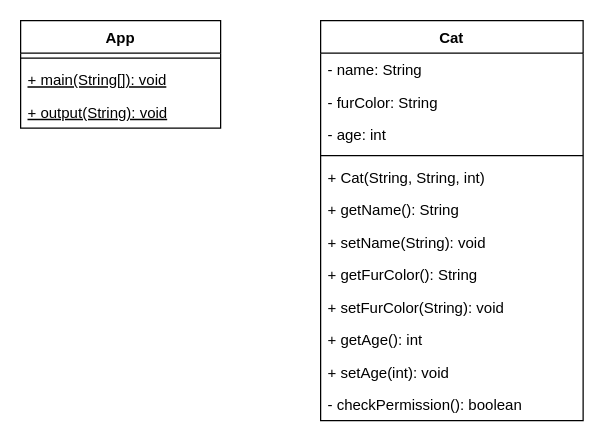
Above: page "App / Cat" (2 of 2) of com/cc/java/klassendiagramm.drawio in tkor152-OOP/02_Klassen_Objekte_1 (draw.io), before the change. Source tidied: cells renumbered, new cells numbered last; positions are measured from the earlier drawing's top-left corner, leaving out a move shared by most shapes. Both pictures are drawn from the tidied source at 125%, with x=0, y=0 at pixel (20, 20).
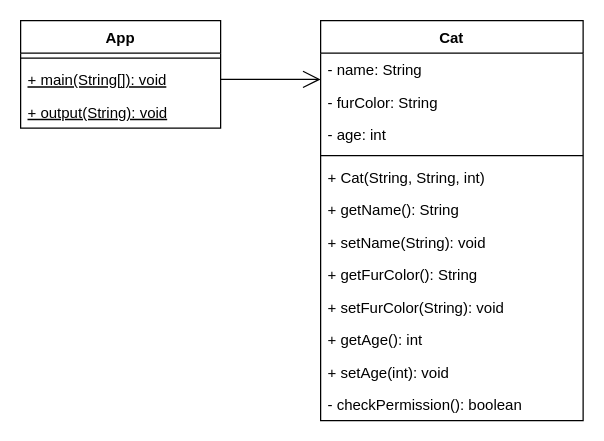
The same diagram, later.

Commit message:
gerichtete Assoziation

The edit, as a diff of the source:
```diff
@@
 <mxGraphModel>
   <root>
     <mxCell id="0" />
     <mxCell id="1" parent="0" />
     <mxCell id="2" value="Cat" style="swimlane;fontStyle=1;align=center;verticalAlign=top;horizontal=1;startSize=26;" parent="1" vertex="1">
       <mxGeometry x="240" width="210" height="320" as="geometry" />
     </mxCell>
     <mxCell id="3" value="- name: String" style="text;strokeColor=none;fillColor=none;align=left;verticalAlign=top;spacingLeft=4;spacingRight=4;overflow=hidden;points=[[0,0.5],[1,0.5]];portConstraint=eastwest;" parent="2" vertex="1">
       <mxGeometry y="26" width="210" height="26" as="geometry" />
     </mxCell>
     <mxCell id="4" value="- furColor: String" style="text;strokeColor=none;fillColor=none;align=left;verticalAlign=top;spacingLeft=4;spacingRight=4;overflow=hidden;" parent="2" vertex="1">
       <mxGeometry y="52" width="210" height="26" as="geometry" />
     </mxCell>
     <mxCell id="5" value="- age: int" style="text;strokeColor=none;fillColor=none;align=left;verticalAlign=top;spacingLeft=4;spacingRight=4;overflow=hidden;" parent="2" vertex="1">
       <mxGeometry y="78" width="210" height="26" as="geometry" />
     </mxCell>
     <mxCell id="6" style="line;strokeWidth=1;fillColor=none;align=left;verticalAlign=middle;spacingTop=-1;spacingLeft=3;spacingRight=3;labelPosition=right;strokeColor=inherit;" parent="2" vertex="1">
       <mxGeometry y="104" width="210" height="8" as="geometry" />
     </mxCell>
     <mxCell id="7" value="+ Cat(String, String, int)" style="text;strokeColor=none;fillColor=none;align=left;verticalAlign=top;spacingLeft=4;spacingRight=4;overflow=hidden;" parent="2" vertex="1">
       <mxGeometry y="112" width="210" height="26" as="geometry" />
     </mxCell>
     <mxCell id="8" value="+ getName(): String" style="text;strokeColor=none;fillColor=none;align=left;verticalAlign=top;spacingLeft=4;spacingRight=4;overflow=hidden;" parent="2" vertex="1">
       <mxGeometry y="138" width="210" height="26" as="geometry" />
     </mxCell>
     <mxCell id="9" value="+ setName(String): void" style="text;strokeColor=none;fillColor=none;align=left;verticalAlign=top;spacingLeft=4;spacingRight=4;overflow=hidden;" parent="2" vertex="1">
       <mxGeometry y="164" width="210" height="26" as="geometry" />
     </mxCell>
     <mxCell id="10" value="+ getFurColor(): String" style="text;strokeColor=none;fillColor=none;align=left;verticalAlign=top;spacingLeft=4;spacingRight=4;overflow=hidden;" parent="2" vertex="1">
       <mxGeometry y="190" width="210" height="26" as="geometry" />
     </mxCell>
     <mxCell id="11" value="+ setFurColor(String): void" style="text;strokeColor=none;fillColor=none;align=left;verticalAlign=top;spacingLeft=4;spacingRight=4;overflow=hidden;" parent="2" vertex="1">
       <mxGeometry y="216" width="210" height="26" as="geometry" />
     </mxCell>
     <mxCell id="12" value="+ getAge(): int" style="text;strokeColor=none;fillColor=none;align=left;verticalAlign=top;spacingLeft=4;spacingRight=4;overflow=hidden;" parent="2" vertex="1">
       <mxGeometry y="242" width="210" height="26" as="geometry" />
     </mxCell>
     <mxCell id="13" value="+ setAge(int): void" style="text;strokeColor=none;fillColor=none;align=left;verticalAlign=top;spacingLeft=4;spacingRight=4;overflow=hidden;" parent="2" vertex="1">
       <mxGeometry y="268" width="210" height="26" as="geometry" />
     </mxCell>
     <mxCell id="14" value="- checkPermission(): boolean" style="text;strokeColor=none;fillColor=none;align=left;verticalAlign=top;spacingLeft=4;spacingRight=4;overflow=hidden;" parent="2" vertex="1">
       <mxGeometry y="294" width="210" height="26" as="geometry" />
     </mxCell>
     <mxCell id="15" value="App" style="swimlane;fontStyle=1;align=center;verticalAlign=top;horizontal=1;startSize=26;" parent="1" vertex="1">
       <mxGeometry width="160" height="86" as="geometry" />
     </mxCell>
     <mxCell id="16" style="line;strokeWidth=1;fillColor=none;align=left;verticalAlign=middle;spacingTop=-1;spacingLeft=3;spacingRight=3;labelPosition=right;strokeColor=inherit;" parent="15" vertex="1">
       <mxGeometry y="26" width="160" height="8" as="geometry" />
     </mxCell>
     <mxCell id="17" value="+ main(String[]): void" style="text;strokeColor=none;fillColor=none;align=left;verticalAlign=top;spacingLeft=4;spacingRight=4;overflow=hidden;points=[[0,0.5],[1,0.5]];portConstraint=eastwest;fontStyle=4;" parent="15" vertex="1">
       <mxGeometry y="34" width="160" height="26" as="geometry" />
     </mxCell>
     <mxCell id="18" value="+ output(String): void" style="text;strokeColor=none;fillColor=none;align=left;verticalAlign=top;spacingLeft=4;spacingRight=4;overflow=hidden;fontStyle=4;" parent="15" vertex="1">
       <mxGeometry y="60" width="160" height="26" as="geometry" />
     </mxCell>
+    <mxCell id="19" style="endArrow=open;endFill=1;endSize=12;html=1;exitX=1;exitY=0.5;exitDx=0;exitDy=0;entryX=0;entryY=0.809;entryDx=0;entryDy=0;entryPerimeter=0;" parent="1" edge="1" source="17" target="3">
+      <mxGeometry relative="1" as="geometry" />
+    </mxCell>
   </root>
 </mxGraphModel>
```
